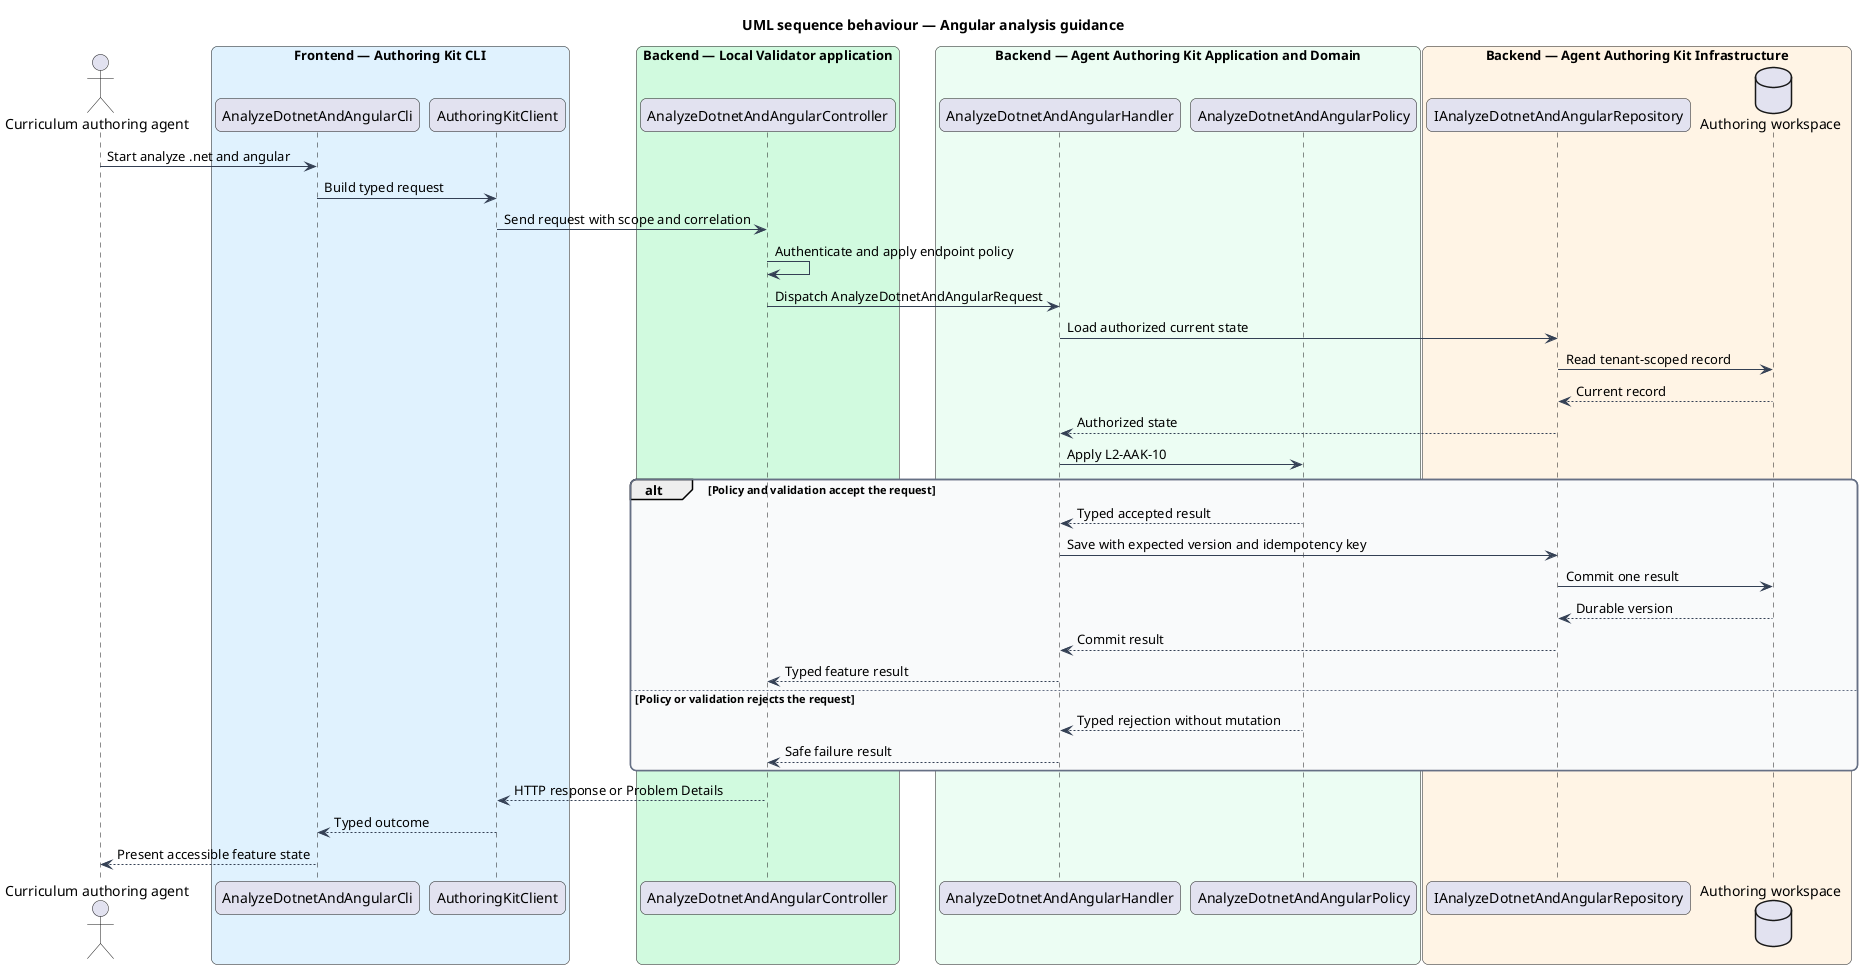
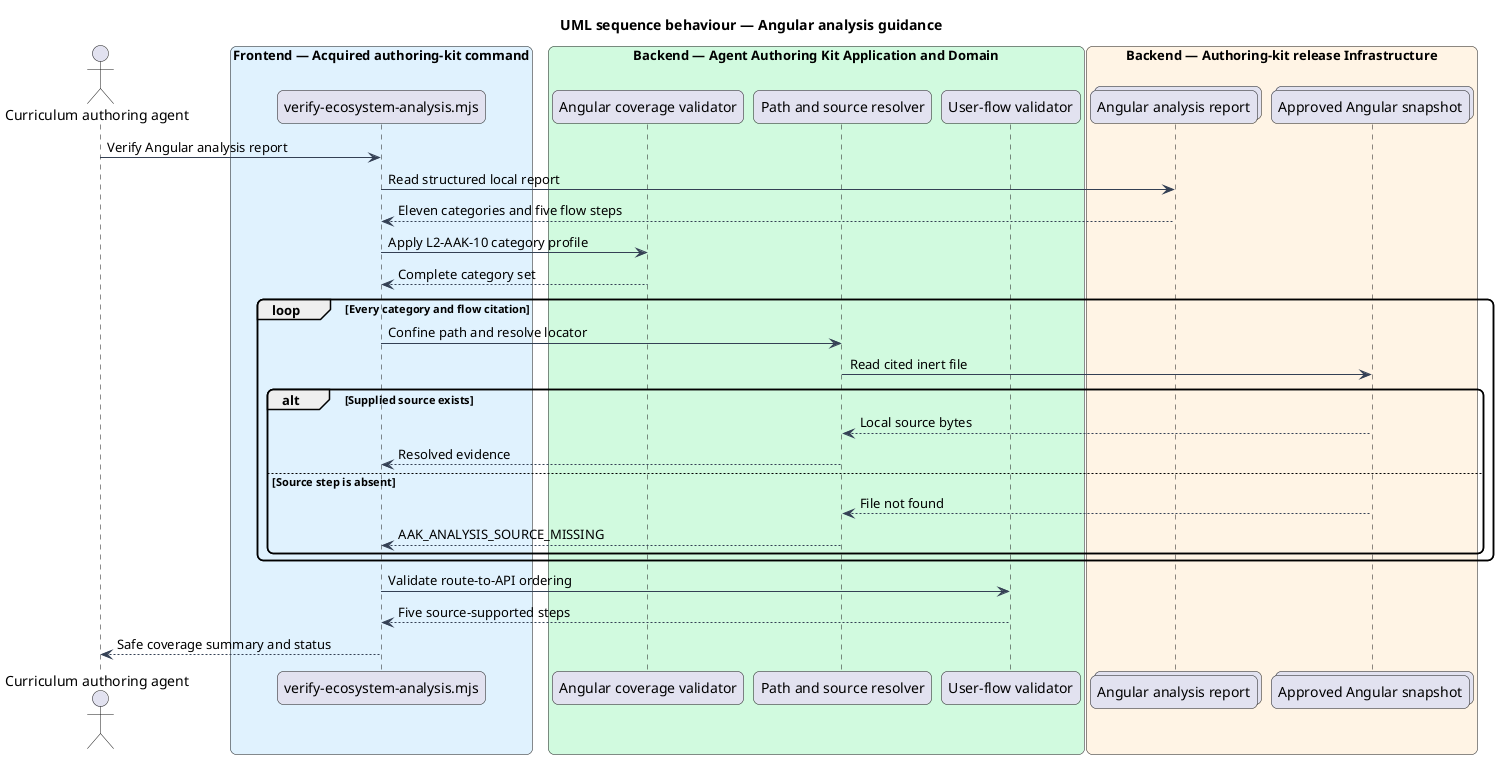
@startuml
title UML sequence behaviour — Angular analysis guidance
skinparam backgroundColor #FFFFFF
skinparam shadowing false
skinparam roundcorner 12
skinparam defaultFontName Arial
skinparam ArrowColor #344054
skinparam rectangle {
  BorderColor #344054
  FontColor #101828
}
- skinparam package {
-   BorderColor #667085
-   FontColor #101828
-   BackgroundColor #F9FAFB
- }
- actor "Curriculum authoring agent" as actor
- box "Frontend — Authoring Kit CLI" #E0F2FE
-   participant "AnalyzeDotnetAndAngularCli" as entry
-   participant "AuthoringKitClient" as client
+ actor "Curriculum authoring agent" as agent
+ box "Frontend — Acquired authoring-kit command" #E0F2FE
+   participant "verify-ecosystem-analysis.mjs" as command
end box
- box "Backend — Local Validator application" #D1FADF
-   participant "AnalyzeDotnetAndAngularController" as controller
+ box "Backend — Agent Authoring Kit Application and Domain" #D1FADF
+   participant "Angular coverage validator" as coverage
+   participant "Path and source resolver" as resolver
+   participant "User-flow validator" as flow
end box
- box "Backend — Agent Authoring Kit Application and Domain" #ECFDF3
-   participant "AnalyzeDotnetAndAngularHandler" as handler
-   participant "AnalyzeDotnetAndAngularPolicy" as policy
+ box "Backend — Authoring-kit release Infrastructure" #FFF4E5
+   collections "Angular analysis report" as report
+   collections "Approved Angular snapshot" as source
end box
- box "Backend — Agent Authoring Kit Infrastructure" #FFF4E5
-   participant "IAnalyzeDotnetAndAngularRepository" as repository
-   database "Authoring workspace" as store
- end box
- actor -> entry : Start analyze .net and angular
- entry -> client : Build typed request
- client -> controller : Send request with scope and correlation
- controller -> controller : Authenticate and apply endpoint policy
- controller -> handler : Dispatch AnalyzeDotnetAndAngularRequest
- handler -> repository : Load authorized current state
- repository -> store : Read tenant-scoped record
- store --> repository : Current record
- repository --> handler : Authorized state
- handler -> policy : Apply L2-AAK-10
- alt Policy and validation accept the request
-   policy --> handler : Typed accepted result
-   handler -> repository : Save with expected version and idempotency key
-   repository -> store : Commit one result
-   store --> repository : Durable version
-   repository --> handler : Commit result
-   handler --> controller : Typed feature result
- else Policy or validation rejects the request
-   policy --> handler : Typed rejection without mutation
-   handler --> controller : Safe failure result
+ 
+ agent -> command : Verify Angular analysis report
+ command -> report : Read structured local report
+ report --> command : Eleven categories and five flow steps
+ command -> coverage : Apply L2-AAK-10 category profile
+ coverage --> command : Complete category set
+ loop Every category and flow citation
+   command -> resolver : Confine path and resolve locator
+   resolver -> source : Read cited inert file
+   alt Supplied source exists
+     source --> resolver : Local source bytes
+     resolver --> command : Resolved evidence
+   else Source step is absent
+     source --> resolver : File not found
+     resolver --> command : AAK_ANALYSIS_SOURCE_MISSING
+   end
end
- controller --> client : HTTP response or Problem Details
- client --> entry : Typed outcome
- entry --> actor : Present accessible feature state
+ command -> flow : Validate route-to-API ordering
+ flow --> command : Five source-supported steps
+ command --> agent : Safe coverage summary and status
@enduml
